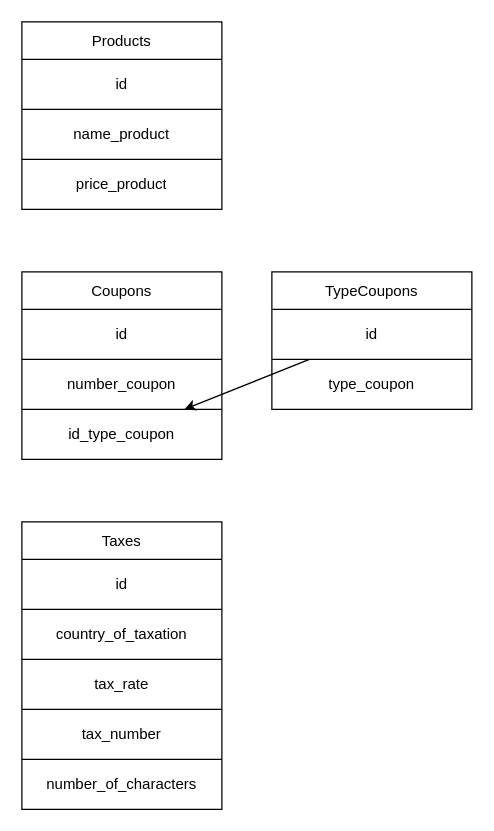
Above: db.drawio in Ruslan-qu/candidate-test (draw.io), before the change. Source tidied: cells renumbered, new cells numbered last; positions are measured from the earlier drawing's top-left corner, leaving out a move shared by most shapes. Both pictures are drawn from the tidied source at 125%, with x=0, y=0 at pixel (21, 21).
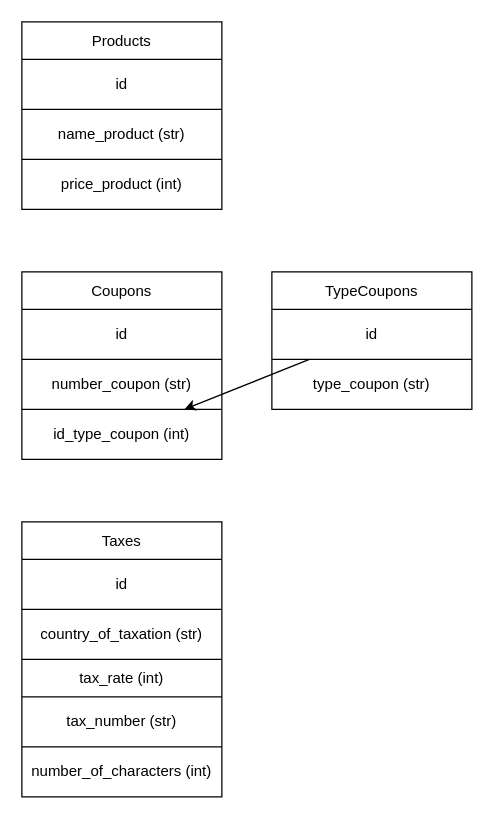
Above is the later version.

Unchanged cells that the change refers to:
```xml
<mxCell id="5" style="shape=tableRow;horizontal=0;startSize=0;swimlaneHead=0;swimlaneBody=0;top=0;left=0;bottom=0;right=0;fillColor=none;" parent="2" vertex="1">
  <mxGeometry y="70" width="160" height="40" as="geometry" />
</mxCell>
<mxCell id="7" style="shape=tableRow;horizontal=0;startSize=0;swimlaneHead=0;swimlaneBody=0;top=0;left=0;bottom=0;right=0;fillColor=none;" parent="2" vertex="1">
  <mxGeometry y="110" width="160" height="40" as="geometry" />
</mxCell>
<mxCell id="12" style="shape=tableRow;horizontal=0;startSize=0;swimlaneHead=0;swimlaneBody=0;top=0;left=0;bottom=0;right=0;fillColor=none;" parent="9" vertex="1">
  <mxGeometry y="70" width="160" height="40" as="geometry" />
</mxCell>
<mxCell id="14" style="shape=tableRow;horizontal=0;startSize=0;swimlaneHead=0;swimlaneBody=0;top=0;left=0;bottom=0;right=0;fillColor=none;points=[[0,0.5],[1,0.5]];portConstraint=eastwest;" parent="9" vertex="1">
  <mxGeometry y="110" width="160" height="40" as="geometry" />
</mxCell>
<mxCell id="19" style="shape=tableRow;horizontal=0;startSize=0;swimlaneHead=0;swimlaneBody=0;top=0;left=0;bottom=0;right=0;fillColor=none;" parent="16" vertex="1">
  <mxGeometry y="70" width="160" height="40" as="geometry" />
</mxCell>
<mxCell id="24" style="shape=tableRow;horizontal=0;startSize=0;swimlaneHead=0;swimlaneBody=0;top=0;left=0;bottom=0;right=0;fillColor=none;" parent="21" vertex="1">
  <mxGeometry y="70" width="160" height="40" as="geometry" />
</mxCell>
```

What changed in the source:
```diff
@@
-    <mxCell id="6" value="&lt;span style=&quot;&quot;&gt;name_p&lt;/span&gt;&lt;span style=&quot;&quot;&gt;roduct&lt;/span&gt;" style="shape=partialRectangle;html=1;whiteSpace=wrap;overflow=hidden;fillColor=none;top=0;left=0;bottom=0;right=0;" parent="5" vertex="1">
+    <mxCell id="6" value="&lt;span style=&quot;&quot;&gt;name_p&lt;/span&gt;&lt;span style=&quot;&quot;&gt;roduct (str)&lt;/span&gt;" style="shape=partialRectangle;html=1;whiteSpace=wrap;overflow=hidden;fillColor=none;top=0;left=0;bottom=0;right=0;" parent="5" vertex="1">
       <mxGeometry width="160" height="40" as="geometry" />
     </mxCell>
@@
-    <mxCell id="8" value="price_product" style="shape=partialRectangle;html=1;whiteSpace=wrap;overflow=hidden;fillColor=none;top=0;left=0;bottom=0;right=0;" parent="7" vertex="1">
+    <mxCell id="8" value="price_product (int)" style="shape=partialRectangle;html=1;whiteSpace=wrap;overflow=hidden;fillColor=none;top=0;left=0;bottom=0;right=0;" parent="7" vertex="1">
       <mxGeometry width="160" height="40" as="geometry" />
     </mxCell>
@@
-    <mxCell id="13" value="number_c&lt;span style=&quot;&quot;&gt;oupon&lt;/span&gt;" style="shape=partialRectangle;html=1;whiteSpace=wrap;overflow=hidden;fillColor=none;top=0;left=0;bottom=0;right=0;" parent="12" vertex="1">
+    <mxCell id="13" value="number_c&lt;span style=&quot;&quot;&gt;oupon (str)&lt;/span&gt;" style="shape=partialRectangle;html=1;whiteSpace=wrap;overflow=hidden;fillColor=none;top=0;left=0;bottom=0;right=0;" parent="12" vertex="1">
       <mxGeometry width="160" height="40" as="geometry" />
     </mxCell>
@@
-    <mxCell id="15" value="id_type_coupon" style="shape=partialRectangle;html=1;whiteSpace=wrap;overflow=hidden;fillColor=none;top=0;left=0;bottom=0;right=0;" parent="14" vertex="1">
+    <mxCell id="15" value="id_type_coupon (int)" style="shape=partialRectangle;html=1;whiteSpace=wrap;overflow=hidden;fillColor=none;top=0;left=0;bottom=0;right=0;" parent="14" vertex="1">
       <mxGeometry width="160" height="40" as="geometry" />
     </mxCell>
@@
-    <mxCell id="20" value="type_coupon" style="shape=partialRectangle;html=1;whiteSpace=wrap;overflow=hidden;fillColor=none;top=0;left=0;bottom=0;right=0;" parent="19" vertex="1">
+    <mxCell id="20" value="type_coupon (str)" style="shape=partialRectangle;html=1;whiteSpace=wrap;overflow=hidden;fillColor=none;top=0;left=0;bottom=0;right=0;" parent="19" vertex="1">
       <mxGeometry width="160" height="40" as="geometry" />
     </mxCell>
     <mxCell id="21" value="Taxes" style="shape=table;startSize=30;childLayout=tableLayout;" parent="1" vertex="1">
-      <mxGeometry y="400" width="160" height="230" as="geometry" />
+      <mxGeometry y="400" width="160" height="220" as="geometry" />
     </mxCell>
@@
-    <mxCell id="25" value="country_of_taxation" style="shape=partialRectangle;html=1;whiteSpace=wrap;overflow=hidden;fillColor=none;top=0;left=0;bottom=0;right=0;" parent="24" vertex="1">
+    <mxCell id="25" value="country_of_taxation (str)" style="shape=partialRectangle;html=1;whiteSpace=wrap;overflow=hidden;fillColor=none;top=0;left=0;bottom=0;right=0;" parent="24" vertex="1">
       <mxGeometry width="160" height="40" as="geometry" />
     </mxCell>
     <mxCell id="26" style="shape=tableRow;horizontal=0;startSize=0;swimlaneHead=0;swimlaneBody=0;top=0;left=0;bottom=0;right=0;fillColor=none;" parent="21" vertex="1">
-      <mxGeometry y="110" width="160" height="40" as="geometry" />
+      <mxGeometry y="110" width="160" height="30" as="geometry" />
     </mxCell>
-    <mxCell id="27" value="tax_rate" style="shape=partialRectangle;html=1;whiteSpace=wrap;overflow=hidden;fillColor=none;top=0;left=0;bottom=0;right=0;" parent="26" vertex="1">
-      <mxGeometry width="160" height="40" as="geometry" />
+    <mxCell id="27" value="tax_rate (int)" style="shape=partialRectangle;html=1;whiteSpace=wrap;overflow=hidden;fillColor=none;top=0;left=0;bottom=0;right=0;" parent="26" vertex="1">
+      <mxGeometry width="160" height="30" as="geometry" />
     </mxCell>
     <mxCell id="28" style="shape=tableRow;horizontal=0;startSize=0;swimlaneHead=0;swimlaneBody=0;top=0;left=0;bottom=0;right=0;fillColor=none;" parent="21" vertex="1">
-      <mxGeometry y="150" width="160" height="40" as="geometry" />
+      <mxGeometry y="140" width="160" height="40" as="geometry" />
     </mxCell>
-    <mxCell id="29" value="tax_number" style="shape=partialRectangle;html=1;whiteSpace=wrap;overflow=hidden;fillColor=none;top=0;left=0;bottom=0;right=0;" parent="28" vertex="1">
+    <mxCell id="29" value="tax_number (str)" style="shape=partialRectangle;html=1;whiteSpace=wrap;overflow=hidden;fillColor=none;top=0;left=0;bottom=0;right=0;" parent="28" vertex="1">
       <mxGeometry width="160" height="40" as="geometry" />
     </mxCell>
     <mxCell id="30" style="shape=tableRow;horizontal=0;startSize=0;swimlaneHead=0;swimlaneBody=0;top=0;left=0;bottom=0;right=0;fillColor=none;" parent="21" vertex="1">
-      <mxGeometry y="190" width="160" height="40" as="geometry" />
+      <mxGeometry y="180" width="160" height="40" as="geometry" />
     </mxCell>
-    <mxCell id="31" value="number_of_characters" style="shape=partialRectangle;html=1;whiteSpace=wrap;overflow=hidden;fillColor=none;top=0;left=0;bottom=0;right=0;" parent="30" vertex="1">
+    <mxCell id="31" value="number_of_characters (int)" style="shape=partialRectangle;html=1;whiteSpace=wrap;overflow=hidden;fillColor=none;top=0;left=0;bottom=0;right=0;" parent="30" vertex="1">
       <mxGeometry width="160" height="40" as="geometry" />
     </mxCell>
```
